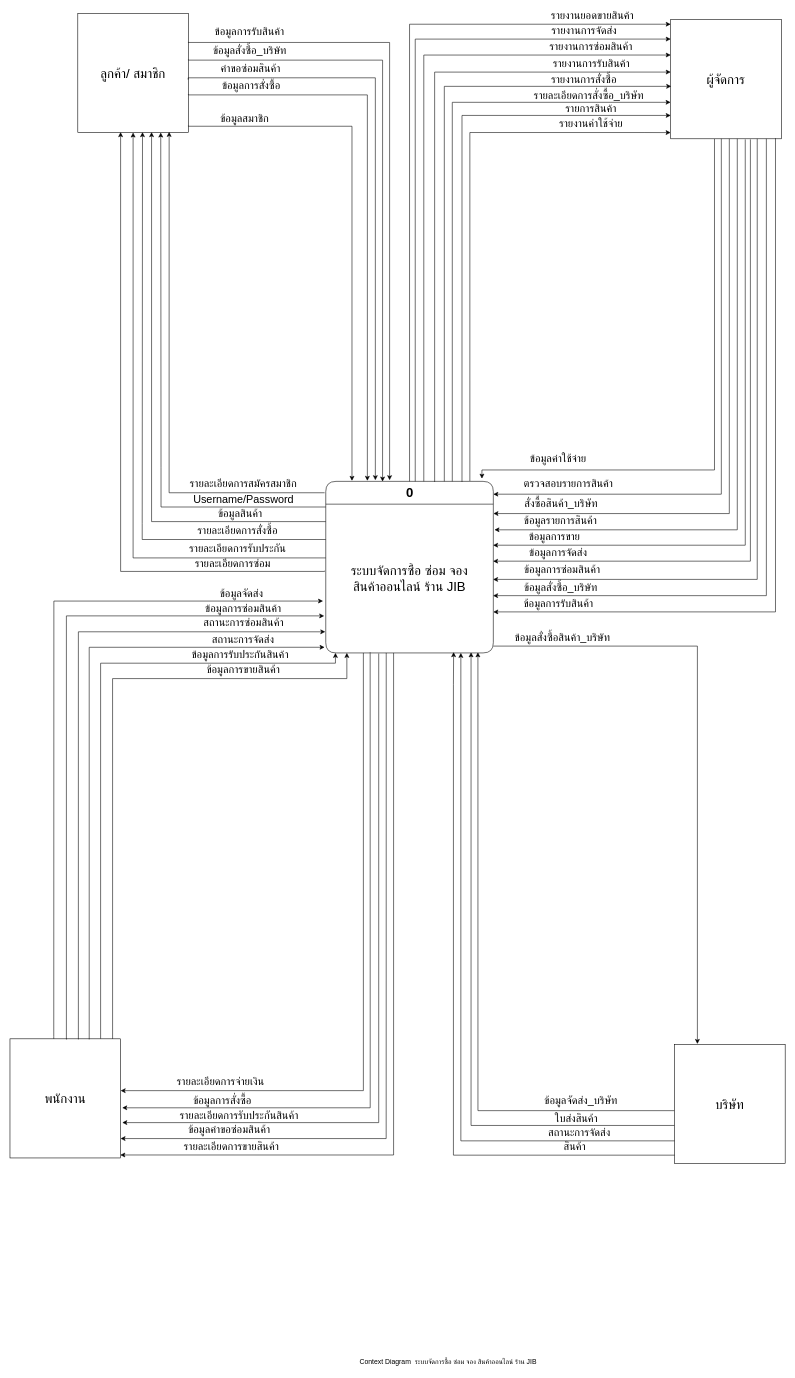
tonparin/SomkidDiagram keeps this draw.io diagram as Untitled Diagram.drawio. Above is the earlier version. Source tidied: cells renumbered, new cells numbered last; positions are measured from the earlier drawing's top-left corner, leaving out a move shared by most shapes. Both pictures are drawn from the tidied source at 57%, with x=0, y=0 at pixel (10, 10).
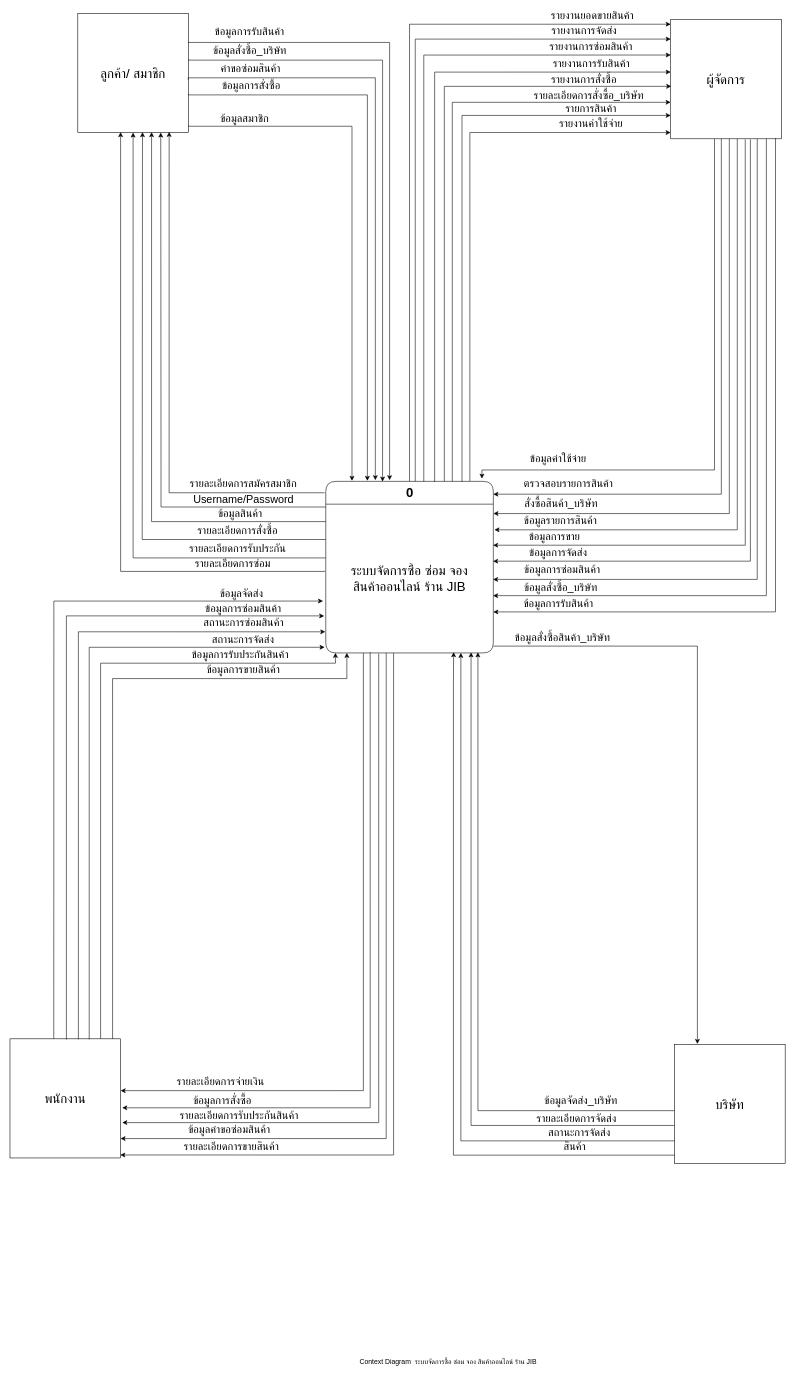
The same diagram, later.

The edit, as a diff of the source:
```diff
@@
-    <mxCell id="45" value="ใบส่งสินค้า" style="text;html=1;strokeColor=none;fillColor=none;align=center;verticalAlign=middle;whiteSpace=wrap;rounded=0;fontSize=19;" parent="1" vertex="1">
+    <mxCell id="45" value="&lt;div&gt;รายละเอียดการจัดส่ง&lt;/div&gt;" style="text;html=1;strokeColor=none;fillColor=none;align=center;verticalAlign=middle;whiteSpace=wrap;rounded=0;fontSize=19;" parent="1" vertex="1">
       <mxGeometry x="887" y="1934" width="213.6" height="20" as="geometry" />
     </mxCell>
```
